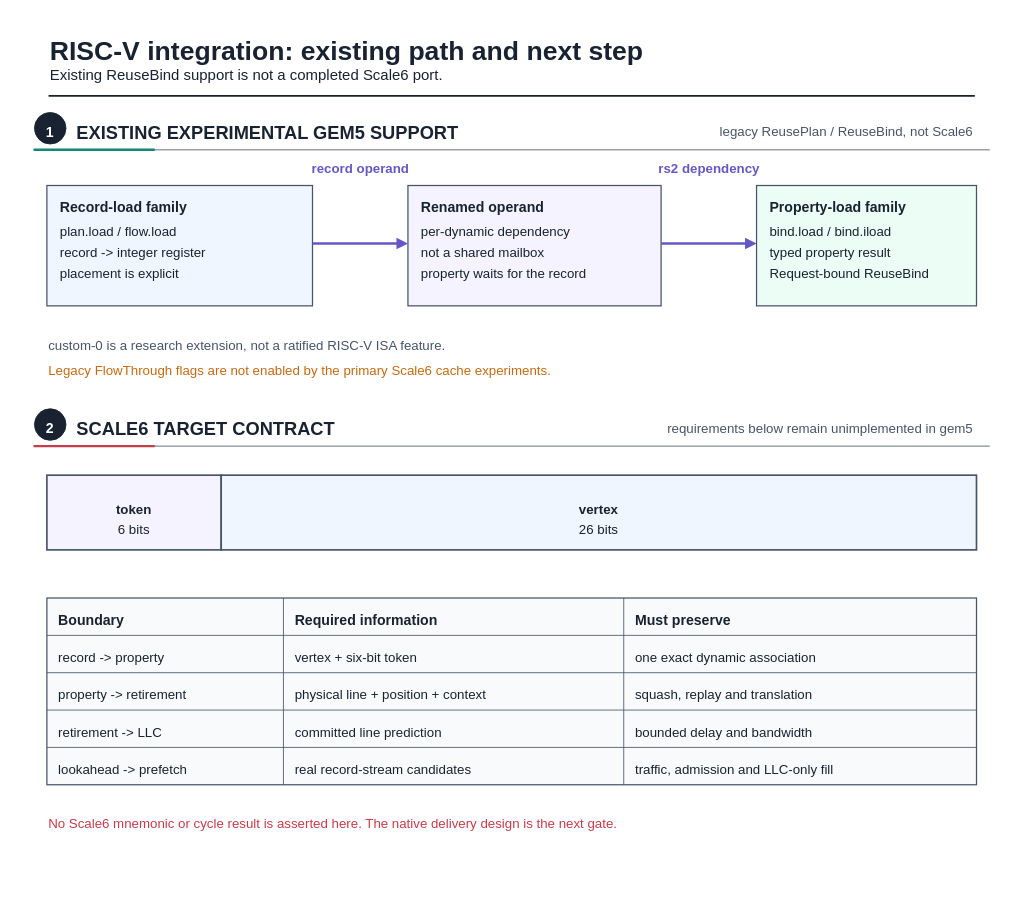
UVA-LavaLab/ECG_GrAPL keeps this draw.io diagram as fig/wiki_src/risc-v-instruction-path/risc-v-instruction-path-f01-instruction-family.drawio. Above is the earlier version. Source tidied: cells renumbered, new cells numbered last; positions are measured from the earlier drawing's top-left corner, leaving out a move shared by most shapes. Both pictures are drawn from the tidied source at 83%, with x=0, y=0 at pixel (13, 13).
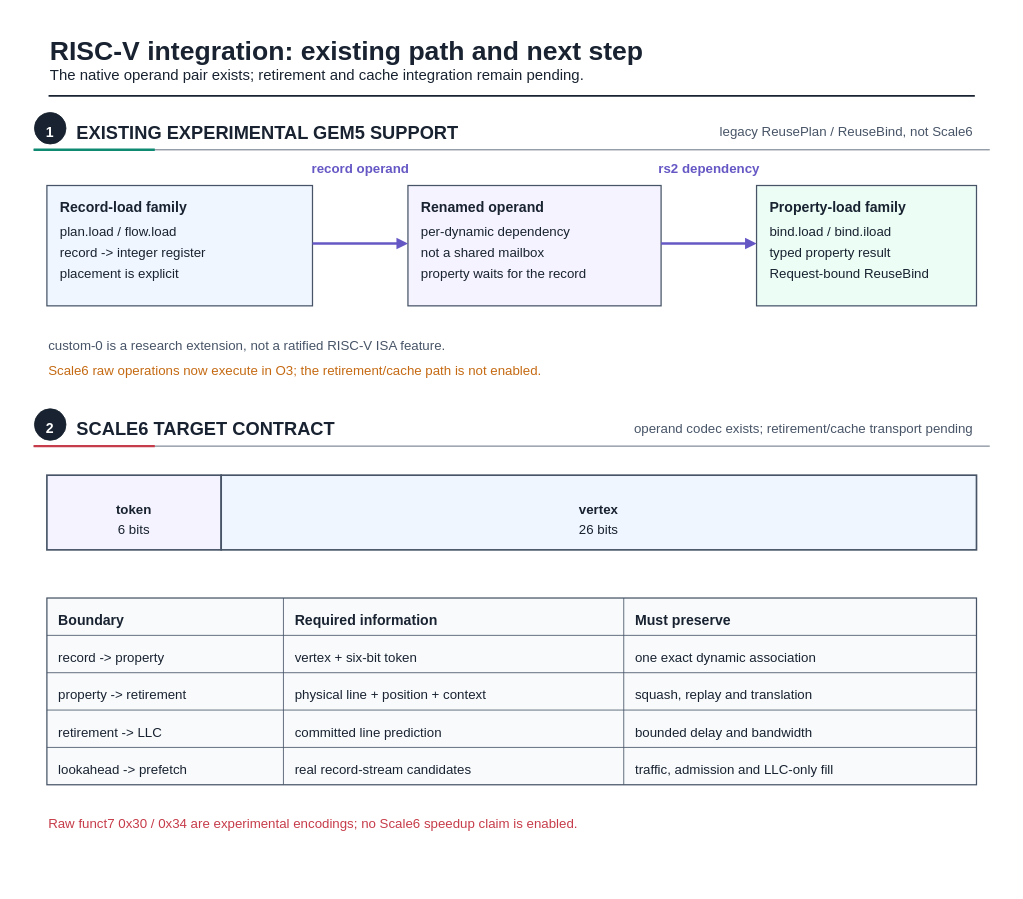
The same page after the edit.

Diff of the diagram source:
```diff
@@
-    <mxCell id="4" value="Existing ReuseBind support is not a completed Scale6 port." style="text;html=0;strokeColor=none;fillColor=none;align=left;verticalAlign=middle;fontFamily=Liberation Sans;fontSize=18;fontColor=#182230;fontStyle=0;" parent="1" vertex="1">
-      <mxGeometry x="42" y="59.5" width="553.3" height="25.2" as="geometry" />
+    <mxCell id="4" value="The native operand pair exists; retirement and cache integration remain pending." style="text;html=0;strokeColor=none;fillColor=none;align=left;verticalAlign=middle;fontFamily=Liberation Sans;fontSize=18;fontColor=#182230;fontStyle=0;" parent="1" vertex="1">
+      <mxGeometry x="42" y="59.5" width="763.2" height="25.2" as="geometry" />
     </mxCell>
@@
-    <mxCell id="32" value="Legacy FlowThrough flags are not enabled by the primary Scale6 cache experiments." style="text;html=0;strokeColor=none;fillColor=none;align=left;verticalAlign=middle;fontFamily=Liberation Sans;fontSize=16;fontColor=#C56A13;fontStyle=0;" parent="1" vertex="1">
-      <mxGeometry x="40" y="418.2" width="686.9" height="22.4" as="geometry" />
+    <mxCell id="32" value="Scale6 raw operations now execute in O3; the retirement/cache path is not enabled." style="text;html=0;strokeColor=none;fillColor=none;align=left;verticalAlign=middle;fontFamily=Liberation Sans;fontSize=16;fontColor=#C56A13;fontStyle=0;" parent="1" vertex="1">
+      <mxGeometry x="40" y="418.2" width="695.4" height="22.4" as="geometry" />
     </mxCell>
@@
-    <mxCell id="36" value="requirements below remain unimplemented in gem5" style="text;html=0;strokeColor=none;fillColor=none;align=right;verticalAlign=middle;fontFamily=Liberation Sans;fontSize=16;fontColor=#475467;fontStyle=0;" parent="1" vertex="1">
-      <mxGeometry x="759.4" y="487.2" width="398.6" height="22.4" as="geometry" />
+    <mxCell id="36" value="operand codec exists; retirement/cache transport pending" style="text;html=0;strokeColor=none;fillColor=none;align=right;verticalAlign=middle;fontFamily=Liberation Sans;fontSize=16;fontColor=#475467;fontStyle=0;" parent="1" vertex="1">
+      <mxGeometry x="683.1" y="487.2" width="474.9" height="22.4" as="geometry" />
     </mxCell>
@@
-    <mxCell id="67" value="No Scale6 mnemonic or cycle result is asserted here. The native delivery design is the next gate." style="text;html=0;strokeColor=none;fillColor=none;align=left;verticalAlign=middle;fontFamily=Liberation Sans;fontSize=16;fontColor=#C63C4A;fontStyle=0;" parent="1" vertex="1">
-      <mxGeometry x="40" y="963.2" width="822.6" height="22.4" as="geometry" />
+    <mxCell id="67" value="Raw funct7 0x30 / 0x34 are experimental encodings; no Scale6 speedup claim is enabled." style="text;html=0;strokeColor=none;fillColor=none;align=left;verticalAlign=middle;fontFamily=Liberation Sans;fontSize=16;fontColor=#C63C4A;fontStyle=0;" parent="1" vertex="1">
+      <mxGeometry x="40" y="963.2" width="729.3" height="22.4" as="geometry" />
     </mxCell>
```
